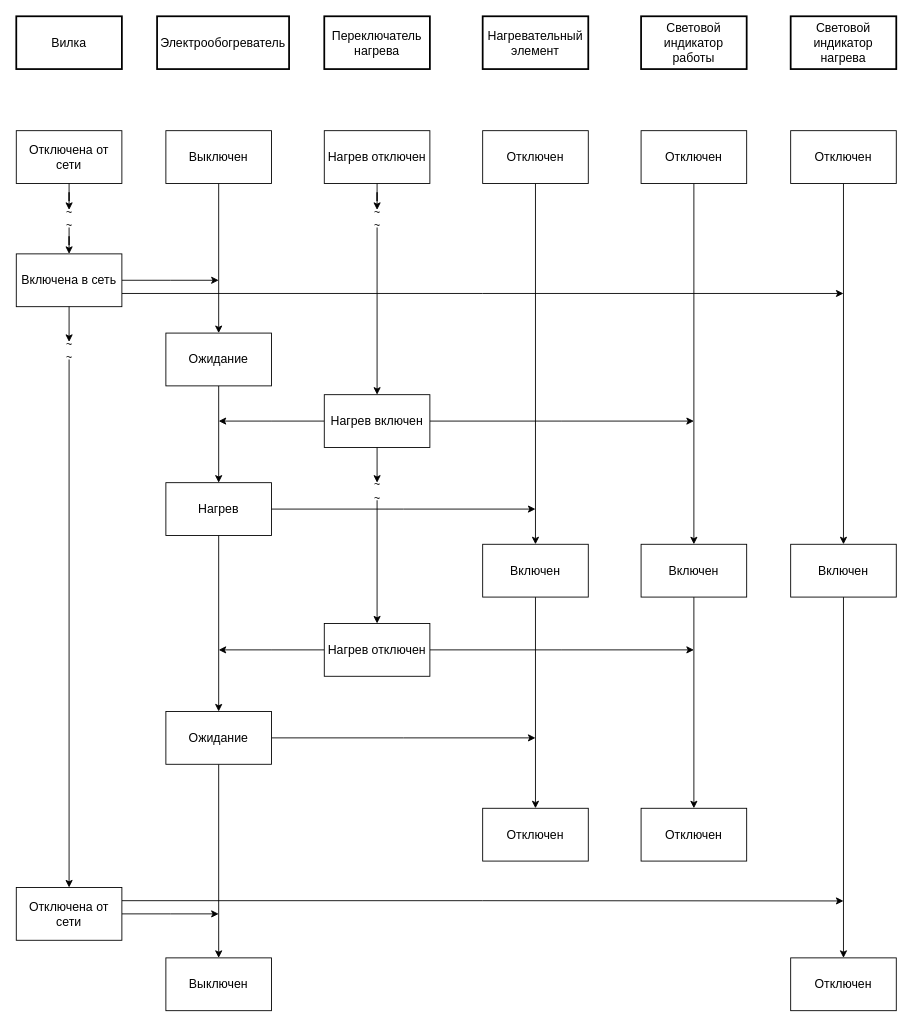
Above: page "КУ" (4 of 5) of lab_05/heater.drawio in n0kkster/iu7-oop-4sem-labs (draw.io), before the change. Source tidied: cells renumbered, new cells numbered last; positions are measured from the earlier drawing's top-left corner, leaving out a move shared by most shapes. Both pictures are drawn from the tidied source at 88%, with x=0, y=0 at pixel (16, 16).
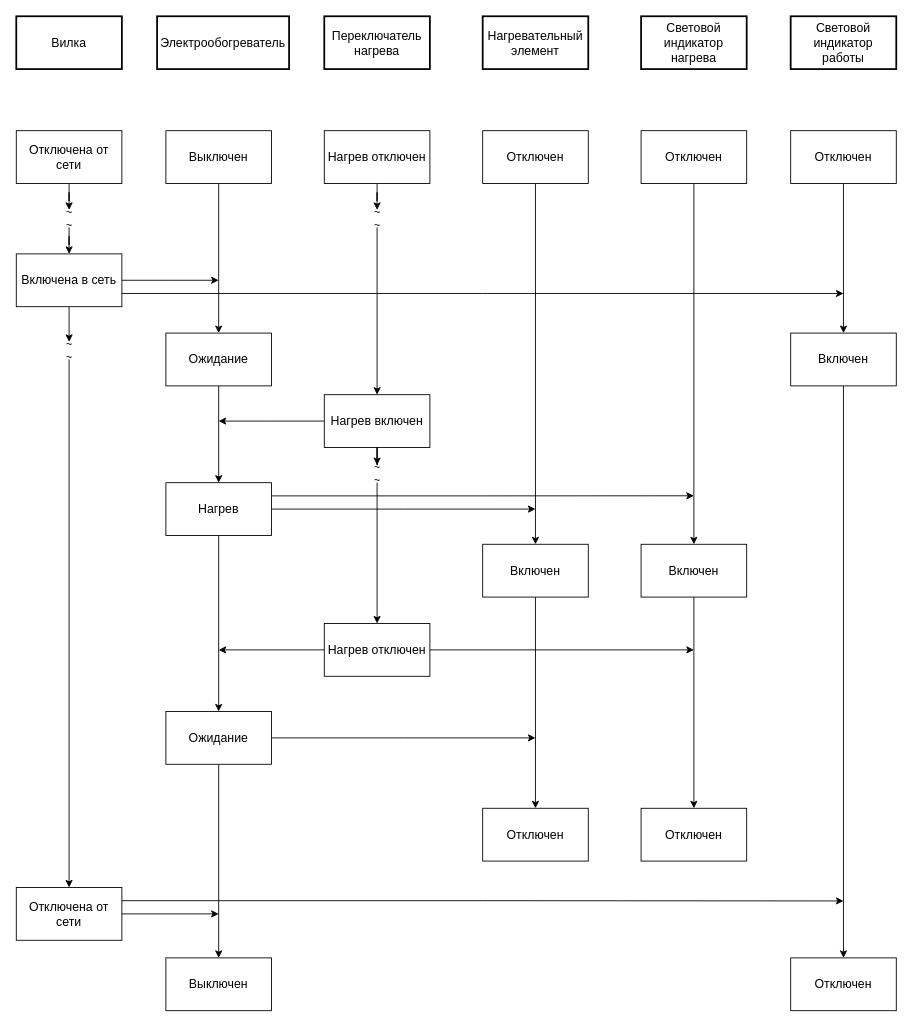
Above is the later version.

The change refers to these unchanged cells:
```xml
<mxCell id="24" value="Нагрев включен" style="rounded=0;whiteSpace=wrap;html=1;fontSize=14;strokeWidth=1;" parent="1" vertex="1">
  <mxGeometry x="350" y="430" width="120" height="60" as="geometry" />
</mxCell>
<mxCell id="27" value="Нагрев" style="rounded=0;whiteSpace=wrap;html=1;fontSize=14;" parent="1" vertex="1">
  <mxGeometry x="170" y="530" width="120" height="60" as="geometry" />
</mxCell>
```

Change to the diagram source:
```diff
@@
-    <mxCell id="6" value="Световой&lt;div&gt;индикатор работы&lt;/div&gt;" style="rounded=0;whiteSpace=wrap;html=1;fontSize=14;strokeWidth=2;" parent="1" vertex="1">
+    <mxCell id="6" value="Световой&lt;div&gt;индикатор нагрева&lt;/div&gt;" style="rounded=0;whiteSpace=wrap;html=1;fontSize=14;strokeWidth=2;" parent="1" vertex="1">
       <mxGeometry x="710" width="120" height="60" as="geometry" />
     </mxCell>
@@
-    <mxCell id="23" style="edgeStyle=orthogonalEdgeStyle;rounded=0;jettySize=auto;html=1;" parent="1" edge="1" source="24">
-      <mxGeometry relative="1" as="geometry">
-        <mxPoint x="770" y="460" as="targetPoint" />
-      </mxGeometry>
-    </mxCell>
@@
+    <mxCell id="60" style="edgeStyle=orthogonalEdgeStyle;rounded=0;jettySize=auto;html=1;exitX=1;exitY=0.25;exitDx=0;exitDy=0;" parent="1" edge="1" source="27">
+      <mxGeometry relative="1" as="geometry">
+        <mxPoint x="770" y="544.9" as="targetPoint" />
+      </mxGeometry>
+    </mxCell>
@@
     <mxCell id="46" value="~&lt;div&gt;~&lt;/div&gt;" style="text;html=1;align=center;verticalAlign=middle;points=[[0.5,0,0,0,0]];strokeColor=none;fillColor=none;spacingTop=-9;spacing=0;spacingBottom=-9;spacingLeft=-8;spacingRight=-7;horizontal=1;labelPosition=center;verticalLabelPosition=middle;" parent="1" vertex="1">
-      <mxGeometry x="405" y="530" width="10" height="20" as="geometry" />
+      <mxGeometry x="405" y="510" width="10" height="20" as="geometry" />
     </mxCell>
@@
-    <mxCell id="54" value="Световой&lt;div&gt;индикатор нагрева&lt;/div&gt;" style="rounded=0;whiteSpace=wrap;html=1;fontSize=14;strokeWidth=2;" parent="1" vertex="1">
+    <mxCell id="54" value="Световой&lt;div&gt;индикатор работы&lt;/div&gt;" style="rounded=0;whiteSpace=wrap;html=1;fontSize=14;strokeWidth=2;" parent="1" vertex="1">
       <mxGeometry x="880" width="120" height="60" as="geometry" />
     </mxCell>
@@
     <mxCell id="58" value="Включен" style="rounded=0;whiteSpace=wrap;html=1;fontSize=14;strokeWidth=1;" parent="1" vertex="1">
-      <mxGeometry x="880" y="600" width="120" height="60" as="geometry" />
+      <mxGeometry x="880" y="360" width="120" height="60" as="geometry" />
     </mxCell>
```
